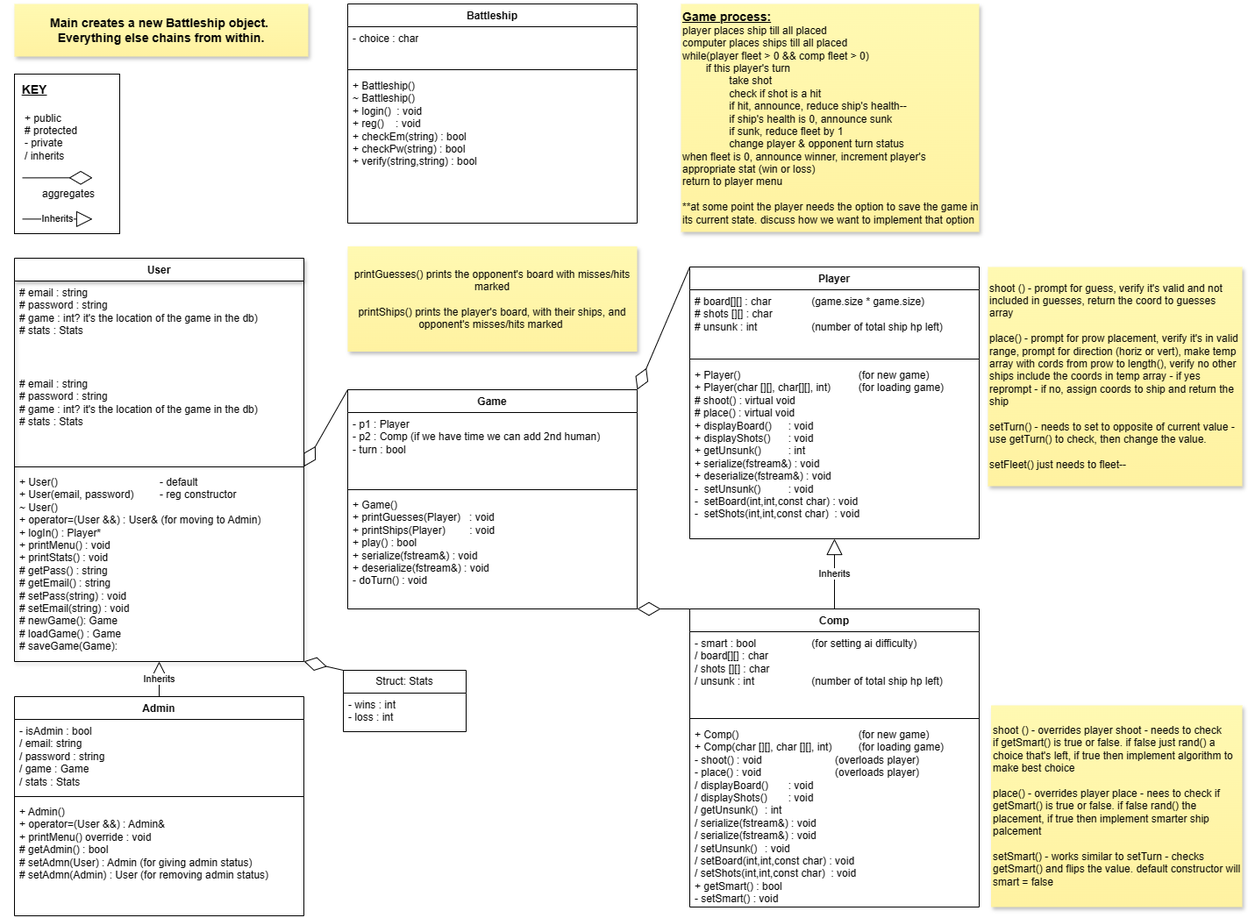
StephaniePeacock/Battleship keeps this draw.io diagram as BattleshipClasses.drawio.png. Above is the earlier version. Source tidied: cells renumbered, new cells last; positions are measured from the earlier drawing's top-left corner, leaving out a move shared by most shapes.
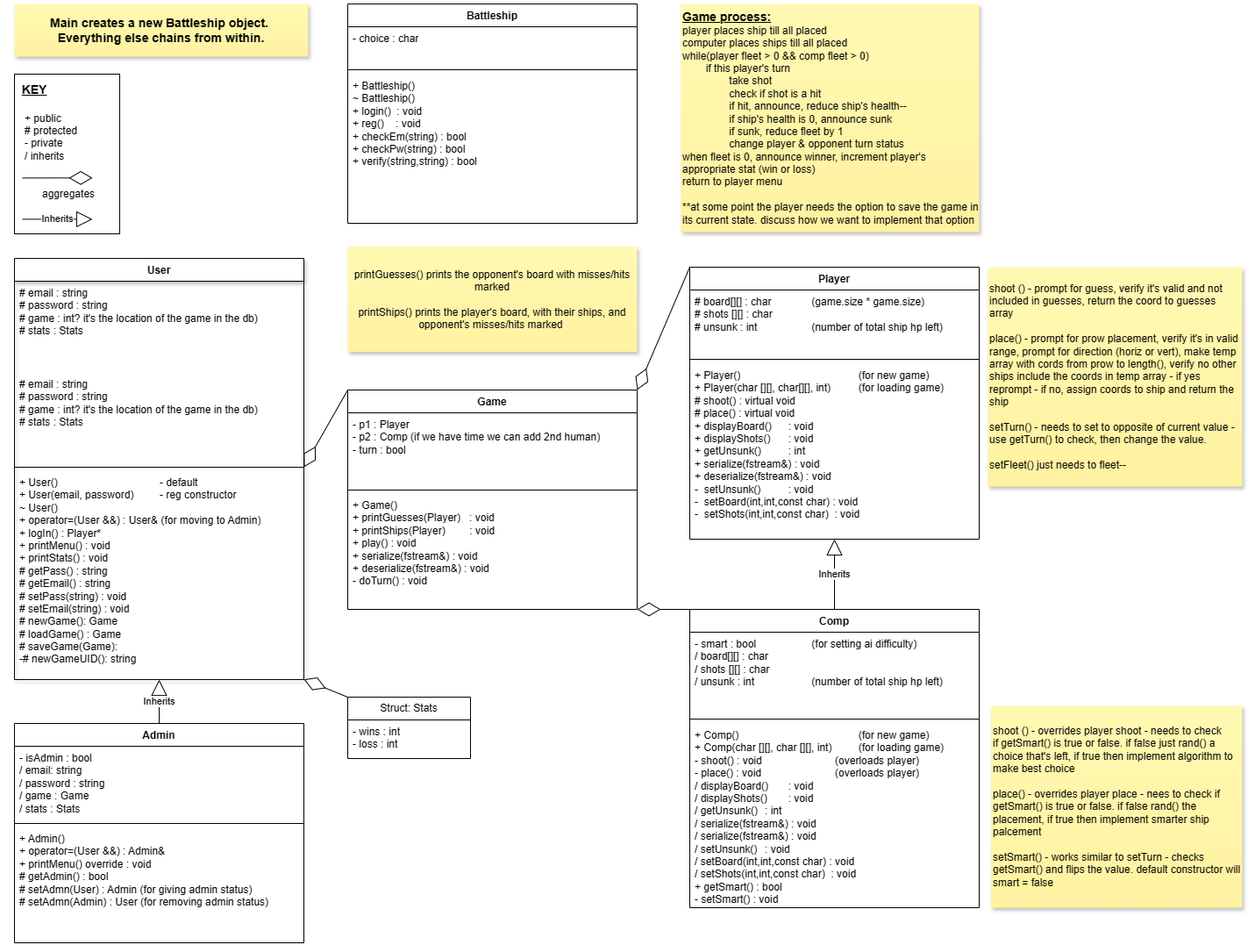
After the commit.

Diff of the diagram source:
```diff
@@ -3,7 +3,7 @@
     <mxCell id="0" />
     <mxCell id="1" parent="0" />
     <mxCell id="2" value="User" style="swimlane;fontStyle=1;align=center;verticalAlign=top;horizontal=1;startSize=26;whiteSpace=wrap;html=1;shadow=1;" parent="1" vertex="1">
-      <mxGeometry y="290" width="330" height="460" as="geometry" />
+      <mxGeometry y="290" width="330" height="480" as="geometry" />
     </mxCell>
     <mxCell id="3" value="# email : string&lt;br&gt;# password : string&lt;div&gt;&lt;div&gt;# game : int? it's the location of the game in the db)&lt;/div&gt;&lt;div&gt;# stats : Stats&lt;/div&gt;&lt;/div&gt;" style="text;strokeColor=none;fillColor=none;align=left;verticalAlign=top;spacingLeft=4;spacingRight=4;overflow=hidden;whiteSpace=wrap;html=1;" parent="2" vertex="1">
       <mxGeometry y="26" width="330" height="104" as="geometry" />
@@ -14,8 +14,8 @@
     <mxCell id="5" style="line;strokeWidth=1;fillColor=none;align=left;verticalAlign=middle;spacingTop=-1;spacingLeft=3;spacingRight=3;labelPosition=right;points=[];portConstraint=eastwest;strokeColor=inherit;" parent="2" vertex="1">
       <mxGeometry y="234" width="330" height="8" as="geometry" />
     </mxCell>
-    <mxCell id="6" value="+ User()&lt;span style=&quot;white-space: pre;&quot;&gt;&#9;&lt;/span&gt;&lt;span style=&quot;white-space: pre;&quot;&gt;&#9;&lt;/span&gt;&lt;span style=&quot;white-space: pre;&quot;&gt;&#9;&lt;span style=&quot;white-space: pre;&quot;&gt;&#9;&lt;/span&gt;&lt;span style=&quot;white-space: pre;&quot;&gt;&#9;&lt;/span&gt;&lt;/span&gt;- default&lt;br&gt;+ User(email, password) &lt;span style=&quot;white-space: pre;&quot;&gt;&#9;&lt;/span&gt;- reg constructor&lt;div&gt;&lt;div&gt;~ User()&lt;/div&gt;&lt;div&gt;+ operator=(User &amp;amp;&amp;amp;) : User&amp;amp; (for moving to Admin)&lt;br&gt;&lt;div&gt;+ logIn() : Player*&lt;/div&gt;&lt;div&gt;+ printMenu() : void&lt;/div&gt;&lt;/div&gt;&lt;div&gt;+ printStats() : void&lt;/div&gt;&lt;div&gt;# getPass() : string&lt;/div&gt;&lt;div&gt;# getEmail() : string&lt;/div&gt;&lt;div&gt;&lt;span style=&quot;background-color: initial;&quot;&gt;# setPass(string) : void&lt;/span&gt;&lt;br&gt;&lt;/div&gt;&lt;div&gt;# setEmail(string) : void&lt;/div&gt;&lt;div&gt;# newGame(): Game&lt;/div&gt;&lt;div&gt;# loadGame() : Game&lt;/div&gt;&lt;div&gt;# saveGame(Game):&lt;/div&gt;&lt;div&gt;&lt;br&gt;&lt;/div&gt;&lt;/div&gt;" style="text;strokeColor=none;fillColor=none;align=left;verticalAlign=top;spacingLeft=4;spacingRight=4;overflow=hidden;points=[[0,0.5],[1,0.5]];portConstraint=eastwest;whiteSpace=wrap;html=1;" parent="2" vertex="1">
-      <mxGeometry y="242" width="330" height="218" as="geometry" />
+    <mxCell id="6" value="+ User()&lt;span style=&quot;white-space: pre;&quot;&gt;&#9;&lt;/span&gt;&lt;span style=&quot;white-space: pre;&quot;&gt;&#9;&lt;/span&gt;&lt;span style=&quot;white-space: pre;&quot;&gt;&#9;&lt;span style=&quot;white-space: pre;&quot;&gt;&#9;&lt;/span&gt;&lt;span style=&quot;white-space: pre;&quot;&gt;&#9;&lt;/span&gt;&lt;/span&gt;- default&lt;br&gt;+ User(email, password) &lt;span style=&quot;white-space: pre;&quot;&gt;&#9;&lt;/span&gt;- reg constructor&lt;div&gt;&lt;div&gt;~ User()&lt;/div&gt;&lt;div&gt;+ operator=(User &amp;amp;&amp;amp;) : User&amp;amp; (for moving to Admin)&lt;br&gt;&lt;div&gt;+ logIn() : Player*&lt;/div&gt;&lt;div&gt;+ printMenu() : void&lt;/div&gt;&lt;/div&gt;&lt;div&gt;+ printStats() : void&lt;/div&gt;&lt;div&gt;# getPass() : string&lt;/div&gt;&lt;div&gt;# getEmail() : string&lt;/div&gt;&lt;div&gt;&lt;span style=&quot;background-color: initial;&quot;&gt;# setPass(string) : void&lt;/span&gt;&lt;br&gt;&lt;/div&gt;&lt;div&gt;# setEmail(string) : void&lt;/div&gt;&lt;div&gt;# newGame(): Game&lt;/div&gt;&lt;div&gt;# loadGame() : Game&lt;/div&gt;&lt;div&gt;# saveGame(Game):&lt;/div&gt;&lt;div&gt;-# newGameUID(): string&lt;/div&gt;&lt;div&gt;&lt;br&gt;&lt;/div&gt;&lt;/div&gt;" style="text;strokeColor=none;fillColor=none;align=left;verticalAlign=top;spacingLeft=4;spacingRight=4;overflow=hidden;points=[[0,0.5],[1,0.5]];portConstraint=eastwest;whiteSpace=wrap;html=1;" parent="2" vertex="1">
+      <mxGeometry y="242" width="330" height="238" as="geometry" />
     </mxCell>
     <mxCell id="7" value="Player" style="swimlane;fontStyle=1;align=center;verticalAlign=top;horizontal=1;startSize=26;whiteSpace=wrap;html=1;" parent="1" vertex="1">
       <mxGeometry x="770" y="300" width="330" height="310" as="geometry" />
@@ -30,7 +30,7 @@
       <mxGeometry y="110" width="330" height="200" as="geometry" />
     </mxCell>
     <mxCell id="11" value="Admin" style="swimlane;fontStyle=1;align=center;verticalAlign=top;horizontal=1;startSize=26;whiteSpace=wrap;html=1;" parent="1" vertex="1">
-      <mxGeometry y="790" width="330" height="250" as="geometry" />
+      <mxGeometry y="820" width="330" height="250" as="geometry" />
     </mxCell>
     <mxCell id="12" value="- isAdmin : bool&lt;div&gt;/ email: string&lt;/div&gt;&lt;div&gt;/ password : string&lt;/div&gt;&lt;div&gt;/ game : Game&lt;/div&gt;&lt;div&gt;/ stats : Stats&lt;/div&gt;&lt;div&gt;&lt;br&gt;&lt;/div&gt;" style="text;strokeColor=none;fillColor=none;align=left;verticalAlign=top;spacingLeft=4;spacingRight=4;overflow=hidden;whiteSpace=wrap;html=1;" parent="11" vertex="1">
       <mxGeometry y="26" width="330" height="84" as="geometry" />
@@ -50,7 +50,7 @@
     <mxCell id="17" style="line;strokeWidth=1;fillColor=none;align=left;verticalAlign=middle;spacingTop=-1;spacingLeft=3;spacingRight=3;labelPosition=right;strokeColor=inherit;" parent="15" vertex="1">
       <mxGeometry y="110" width="330" height="8" as="geometry" />
     </mxCell>
-    <mxCell id="18" value="+ Game()&lt;br&gt;+ printGuesses(Player)&amp;nbsp; &amp;nbsp;: void&lt;div&gt;+ printShips(Player)&lt;span style=&quot;white-space: pre;&quot;&gt;&#9;&lt;/span&gt;: void&lt;/div&gt;&lt;div&gt;+ play() : bool&lt;/div&gt;&lt;div&gt;&lt;div&gt;+ serialize(fstream&amp;amp;) : void&lt;/div&gt;&lt;div&gt;+ deserialize(fstream&amp;amp;) : void&lt;/div&gt;&lt;/div&gt;&lt;div&gt;- doTurn() : void&lt;/div&gt;&lt;div&gt;&lt;br&gt;&lt;/div&gt;" style="text;strokeColor=none;fillColor=none;align=left;verticalAlign=top;spacingLeft=4;spacingRight=4;overflow=hidden;points=[[0,0.5],[1,0.5]];portConstraint=eastwest;whiteSpace=wrap;html=1;" parent="15" vertex="1">
+    <mxCell id="18" value="+ Game()&lt;br&gt;+ printGuesses(Player)&amp;nbsp; &amp;nbsp;: void&lt;div&gt;+ printShips(Player)&lt;span style=&quot;white-space: pre;&quot;&gt;&#9;&lt;/span&gt;: void&lt;/div&gt;&lt;div&gt;+ play() : void&lt;/div&gt;&lt;div&gt;&lt;div&gt;+ serialize(fstream&amp;amp;) : void&lt;/div&gt;&lt;div&gt;+ deserialize(fstream&amp;amp;) : void&lt;/div&gt;&lt;/div&gt;&lt;div&gt;- doTurn() : void&lt;/div&gt;&lt;div&gt;&lt;br&gt;&lt;/div&gt;" style="text;strokeColor=none;fillColor=none;align=left;verticalAlign=top;spacingLeft=4;spacingRight=4;overflow=hidden;points=[[0,0.5],[1,0.5]];portConstraint=eastwest;whiteSpace=wrap;html=1;" parent="15" vertex="1">
       <mxGeometry y="118" width="330" height="132" as="geometry" />
     </mxCell>
     <mxCell id="19" value="shoot () - prompt for guess, verify it's valid and not included in guesses, return the coord to guesses array&lt;div&gt;&lt;br&gt;&lt;/div&gt;&lt;div&gt;place() - prompt for prow placement, verify it's in valid range, prompt for direction (horiz or vert), make temp array with cords from prow to length(), verify no other ships include the coords in temp array - if yes reprompt - if no, assign coords to ship and return the ship&lt;/div&gt;&lt;div&gt;&lt;br&gt;&lt;/div&gt;&lt;div&gt;setTurn() - needs to set to opposite of current value - use getTurn() to check, then change the value.&lt;/div&gt;&lt;div&gt;&lt;br&gt;&lt;/div&gt;&lt;div&gt;setFleet() just needs to fleet--&amp;nbsp;&lt;/div&gt;" style="shape=note;whiteSpace=wrap;html=1;backgroundOutline=1;fontColor=#000000;darkOpacity=0.05;fillColor=#FFF9B2;strokeColor=none;fillStyle=solid;direction=west;gradientDirection=north;gradientColor=#FFF2A1;shadow=1;size=0;align=left;" parent="1" vertex="1">
@@ -111,7 +111,7 @@
       </mxGeometry>
     </mxCell>
     <mxCell id="36" value="Struct: Stats" style="swimlane;fontStyle=0;horizontal=1;startSize=26;fillColor=none;whiteSpace=wrap;html=1;" parent="1" vertex="1">
-      <mxGeometry x="375" y="760" width="140" height="70" as="geometry" />
+      <mxGeometry x="380" y="790" width="140" height="70" as="geometry" />
     </mxCell>
     <mxCell id="37" value="- wins : int&lt;div&gt;- loss : int&lt;/div&gt;" style="text;strokeColor=none;fillColor=none;align=left;verticalAlign=top;spacingLeft=4;spacingRight=4;overflow=hidden;whiteSpace=wrap;html=1;" parent="36" vertex="1">
       <mxGeometry y="26" width="140" height="44" as="geometry" />
```
